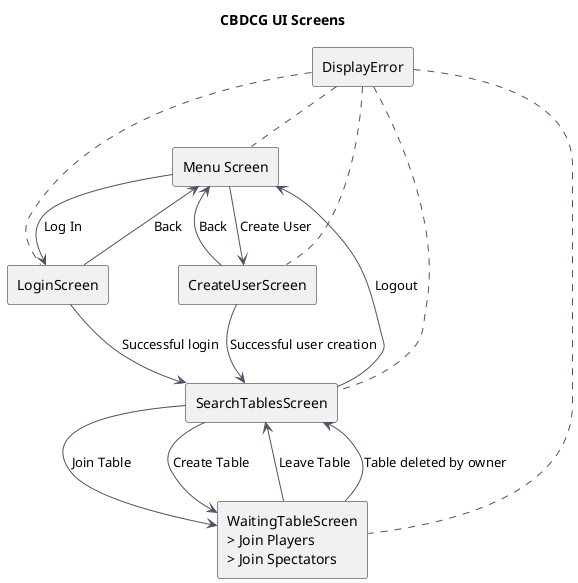
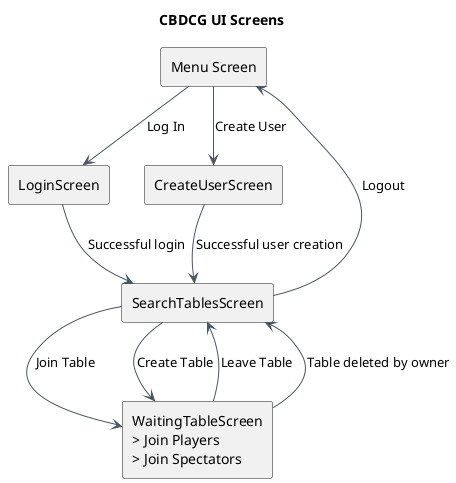
@startuml
title CBDCG UI Screens

skinparam backgroundColor white
skinparam shadowing false
skinparam defaultFontName Arial
skinparam packageStyle rectangle
skinparam ArrowColor #4B5563
skinparam NoteBackgroundColor #FFF8DC
skinparam NoteBorderColor #D4A017

rectangle "Menu Screen" as Menu

rectangle "LoginScreen" as Login

rectangle "CreateUserScreen" as CreateUser

rectangle "SearchTablesScreen" as SearchTables

rectangle "WaitingTableScreen\n> Join Players\n> Join Spectators" as WaitingTable

- rectangle "DisplayError" as ErrorOverlay
- 
Menu --> Login : Log In
Menu --> CreateUser : Create User
- 
- Login --> Menu : Back
- CreateUser --> Menu : Back

Login --> SearchTables : Successful login
CreateUser --> SearchTables : Successful user creation

SearchTables --> WaitingTable : Join Table
SearchTables --> WaitingTable : Create Table
SearchTables --> Menu : Logout

WaitingTable --> SearchTables : Leave Table
WaitingTable --> SearchTables : Table deleted by owner

- ErrorOverlay .. Menu
- ErrorOverlay .. Login
- ErrorOverlay .. CreateUser
- ErrorOverlay .. SearchTables
- ErrorOverlay .. WaitingTable

@enduml
